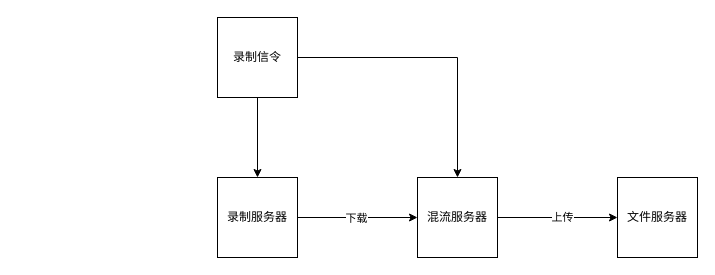
Before: page "Page-12" (13 of 15) of Untitled Diagram2.drawio in craterone/imgs, a draw.io diagram. Source tidied: cells renumbered, new cells numbered last; positions are measured from the earlier drawing's top-left corner, leaving out a move shared by most shapes. Both pictures are drawn from the tidied source at 100%, with x=0, y=0 at pixel (217, 17).
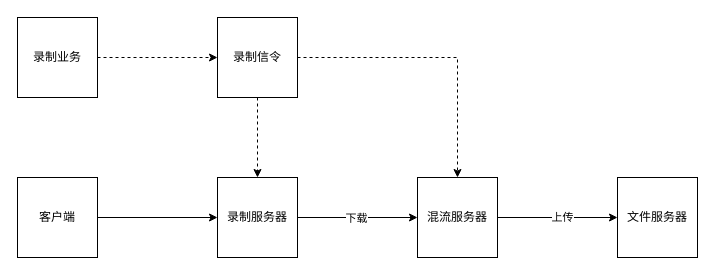
Above is the later version.

Diff of the diagram source:
```diff
@@
 <mxGraphModel>
   <root>
     <mxCell id="0" />
     <mxCell id="1" parent="0" />
-    <mxCell id="2" style="edgeStyle=orthogonalEdgeStyle;rounded=0;jettySize=auto;html=1;entryX=0.5;entryY=0;entryDx=0;entryDy=0;" parent="1" edge="1" source="4" target="7">
+    <mxCell id="2" style="edgeStyle=orthogonalEdgeStyle;rounded=0;jettySize=auto;html=1;entryX=0.5;entryY=0;entryDx=0;entryDy=0;dashed=1;" parent="1" edge="1" source="4" target="7">
       <mxGeometry relative="1" as="geometry" />
     </mxCell>
-    <mxCell id="3" style="edgeStyle=orthogonalEdgeStyle;rounded=0;jettySize=auto;html=1;entryX=0.5;entryY=0;entryDx=0;entryDy=0;" parent="1" edge="1" source="4" target="10">
+    <mxCell id="3" style="edgeStyle=orthogonalEdgeStyle;rounded=0;jettySize=auto;html=1;entryX=0.5;entryY=0;entryDx=0;entryDy=0;dashed=1;" parent="1" edge="1" source="4" target="10">
       <mxGeometry relative="1" as="geometry" />
     </mxCell>
     <mxCell id="4" value="录制信令" style="whiteSpace=wrap;html=1;" parent="1" vertex="1">
       <mxGeometry width="80" height="80" as="geometry" />
     </mxCell>
     <mxCell id="5" style="edgeStyle=orthogonalEdgeStyle;rounded=0;jettySize=auto;html=1;entryX=0;entryY=0.5;entryDx=0;entryDy=0;" parent="1" edge="1" source="7">
       <mxGeometry relative="1" as="geometry">
         <mxPoint x="200" y="200" as="targetPoint" />
       </mxGeometry>
     </mxCell>
     <mxCell id="6" value="下载" style="edgeLabel;html=1;align=center;verticalAlign=middle;" parent="5" vertex="1">
       <mxGeometry x="-0.03" relative="1" as="geometry" />
     </mxCell>
     <mxCell id="7" value="录制服务器" style="whiteSpace=wrap;html=1;" parent="1" vertex="1">
       <mxGeometry y="160" width="80" height="80" as="geometry" />
     </mxCell>
     <mxCell id="8" style="edgeStyle=orthogonalEdgeStyle;rounded=0;jettySize=auto;html=1;entryX=0;entryY=0.5;entryDx=0;entryDy=0;" parent="1" edge="1" source="10" target="11">
       <mxGeometry relative="1" as="geometry" />
     </mxCell>
     <mxCell id="9" value="上传" style="edgeLabel;html=1;align=center;verticalAlign=middle;" parent="8" vertex="1">
       <mxGeometry x="0.07" y="1" relative="1" as="geometry" />
     </mxCell>
     <mxCell id="10" value="混流服务器" style="whiteSpace=wrap;html=1;" parent="1" vertex="1">
       <mxGeometry x="200" y="160" width="80" height="80" as="geometry" />
     </mxCell>
     <mxCell id="11" value="文件服务器" style="whiteSpace=wrap;html=1;" parent="1" vertex="1">
       <mxGeometry x="400" y="160" width="80" height="80" as="geometry" />
     </mxCell>
+    <mxCell id="12" style="edgeStyle=orthogonalEdgeStyle;rounded=0;jettySize=auto;html=1;entryX=0;entryY=0.5;entryDx=0;entryDy=0;" parent="1" edge="1" source="13" target="7">
+      <mxGeometry relative="1" as="geometry" />
+    </mxCell>
+    <mxCell id="13" value="客户端" style="whiteSpace=wrap;html=1;" parent="1" vertex="1">
+      <mxGeometry x="-200" y="160" width="80" height="80" as="geometry" />
+    </mxCell>
+    <mxCell id="14" style="edgeStyle=orthogonalEdgeStyle;rounded=0;jettySize=auto;html=1;entryX=0;entryY=0.5;entryDx=0;entryDy=0;dashed=1;" parent="1" edge="1" source="15" target="4">
+      <mxGeometry relative="1" as="geometry" />
+    </mxCell>
+    <mxCell id="15" value="录制业务" style="whiteSpace=wrap;html=1;" parent="1" vertex="1">
+      <mxGeometry x="-200" width="80" height="80" as="geometry" />
+    </mxCell>
   </root>
 </mxGraphModel>
```
